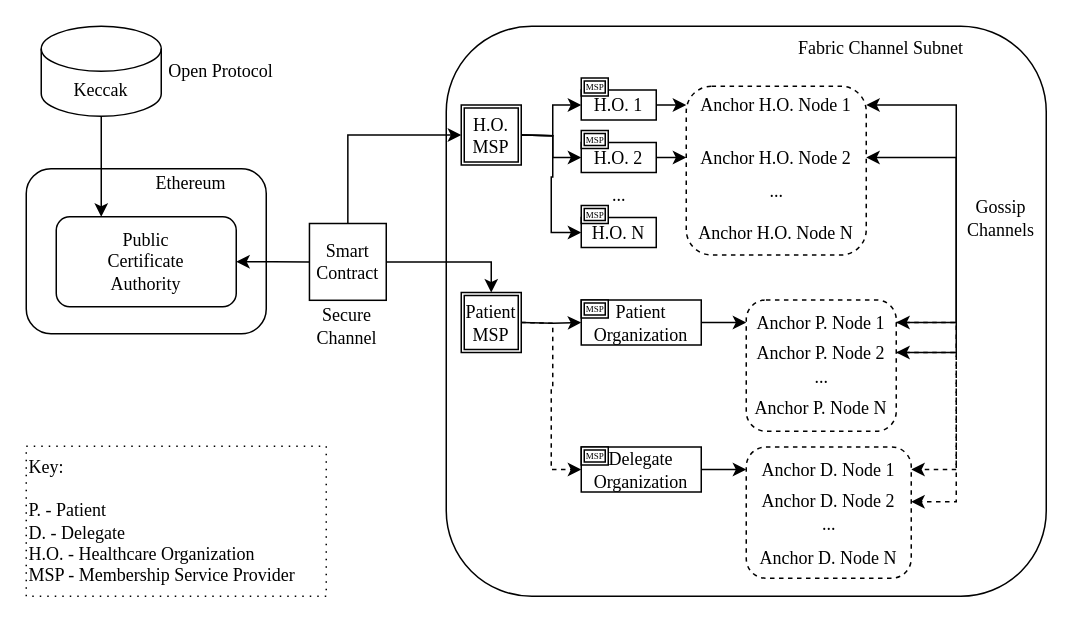
Before: page "IEEE ICDH 23 Diagram" (2 of 2) of healthcare_blockchain.drawio in WilliamStar007/Interoperable-Healthcare-Blockchain-Diagram, a draw.io diagram. Source tidied: cells renumbered, new cells numbered last; positions are measured from the earlier drawing's top-left corner, leaving out a move shared by most shapes. Both pictures are drawn from the tidied source at 150%, with x=0, y=0 at pixel (26, 26).
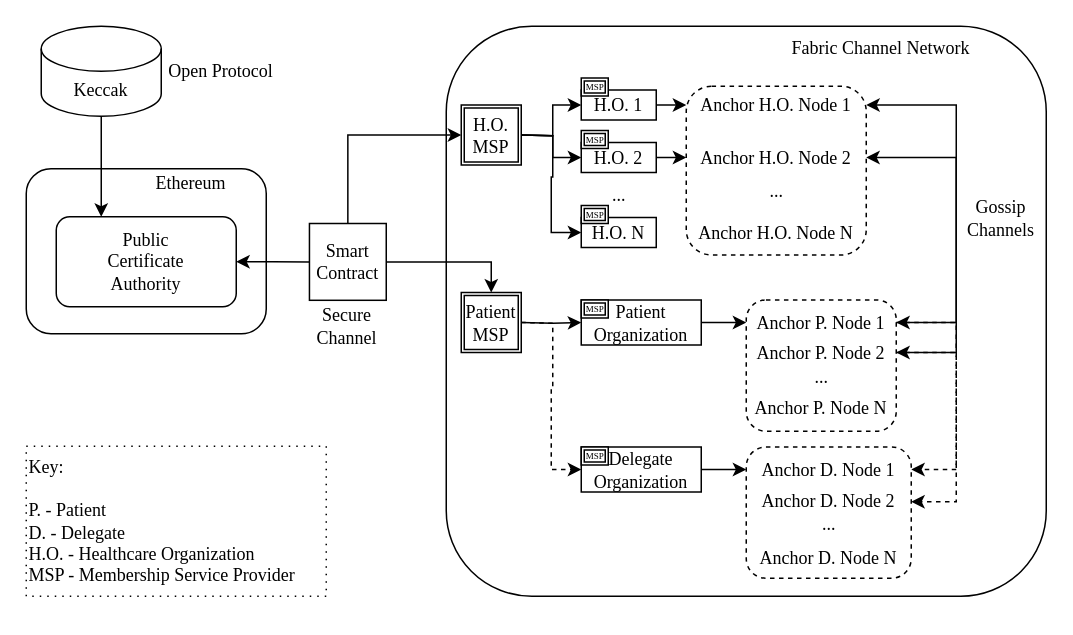
Above is the later version.

The edit, as a diff of the source:
```diff
@@
-    <mxCell id="9" value="Fabric Channel Subnet" style="text;strokeColor=none;align=center;fillColor=none;html=1;verticalAlign=middle;whiteSpace=wrap;rounded=0;fontFamily=Times New Roman;" parent="1" vertex="1">
+    <mxCell id="9" value="Fabric Channel Network" style="text;strokeColor=none;align=center;fillColor=none;html=1;verticalAlign=middle;whiteSpace=wrap;rounded=0;fontFamily=Times New Roman;" parent="1" vertex="1">
       <mxGeometry x="500" width="140" height="30" as="geometry" />
     </mxCell>
```
